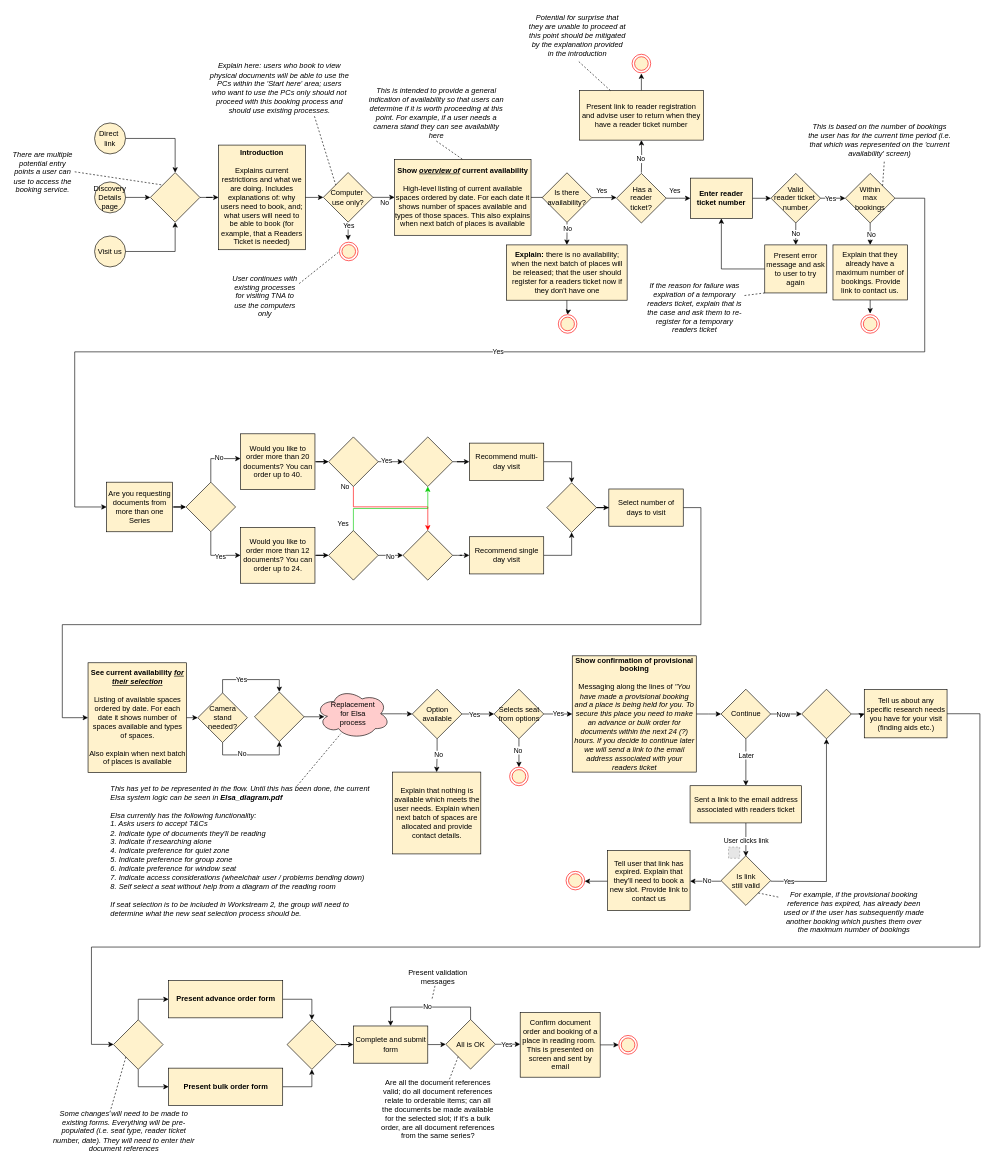
The draw.io diagram iterations/0.0.6.drawio in nationalarchives/ds-booking-experience, before the edit. Source tidied: cells renumbered, new cells numbered last; positions are measured from the earlier drawing's top-left corner, leaving out a move shared by most shapes. Both pictures are drawn from the tidied source at 62%, with x=0, y=0 at pixel (11, 11). Pictures stored in the file or linked from it are replaced by grey dashed boxes.
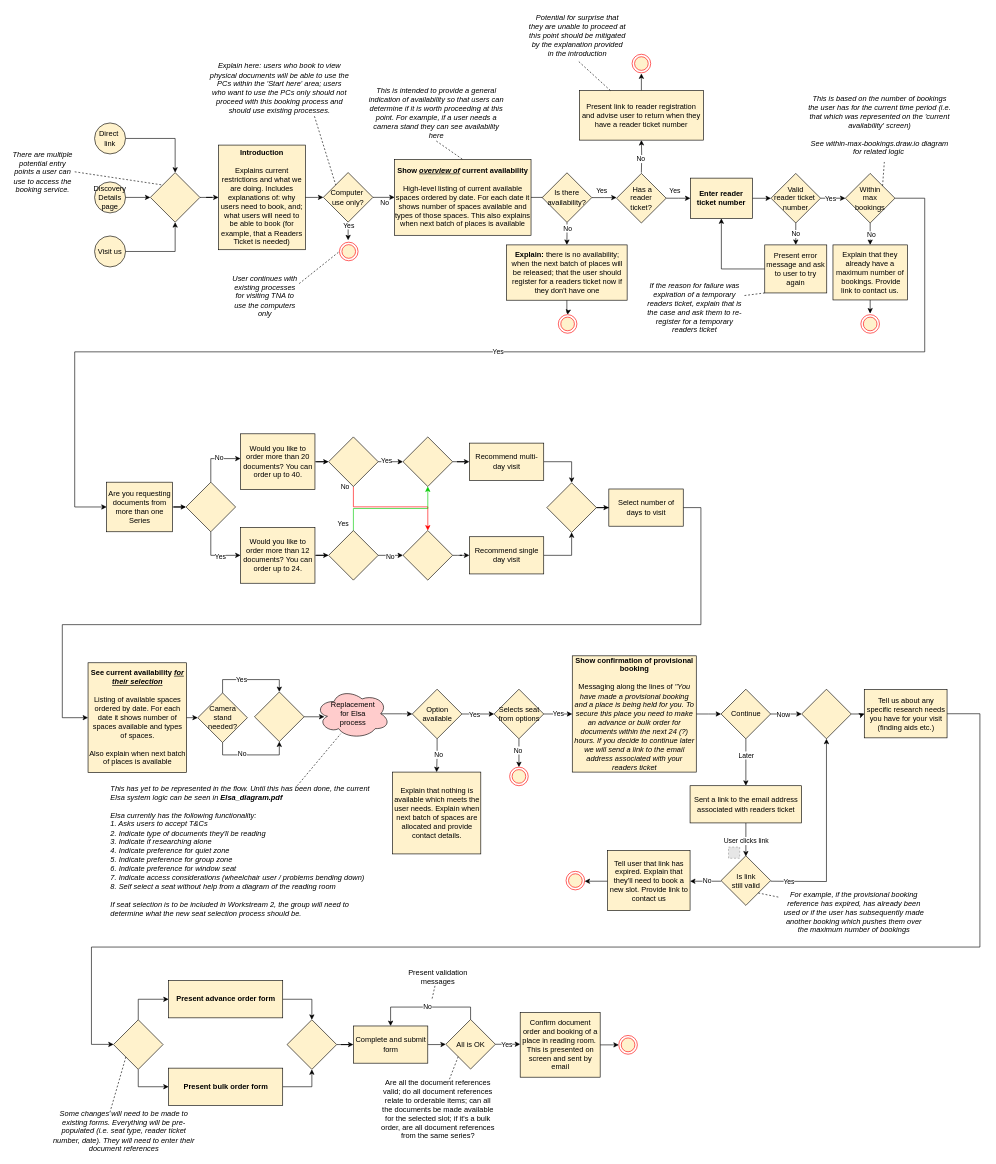
The same page after the edit.

Commit message (it also covers changes not shown here):
Add logic for maximum bookings

What changed in the source:
```diff
@@
-    <mxCell id="160" value="This is based on the number of bookings the user has for the current time period (i.e. that which was represented on the 'current availability' screen)" style="text;html=1;strokeColor=none;fillColor=none;align=center;verticalAlign=middle;whiteSpace=wrap;rounded=0;fontStyle=2;" parent="1" vertex="1">
-      <mxGeometry x="1283" y="175.5" width="237" height="64.2" as="geometry" />
+    <mxCell id="160" value="This is based on the number of bookings the user has for the current time period (i.e. that which was represented on the 'current availability' screen)&lt;br&gt;&lt;br&gt;See within-max-bookings.draw.io diagram for related logic&amp;nbsp;" style="text;html=1;strokeColor=none;fillColor=none;align=center;verticalAlign=middle;whiteSpace=wrap;rounded=0;fontStyle=2;" parent="1" vertex="1">
+      <mxGeometry x="1283" y="130" width="237" height="109.8" as="geometry" />
     </mxCell>
```
